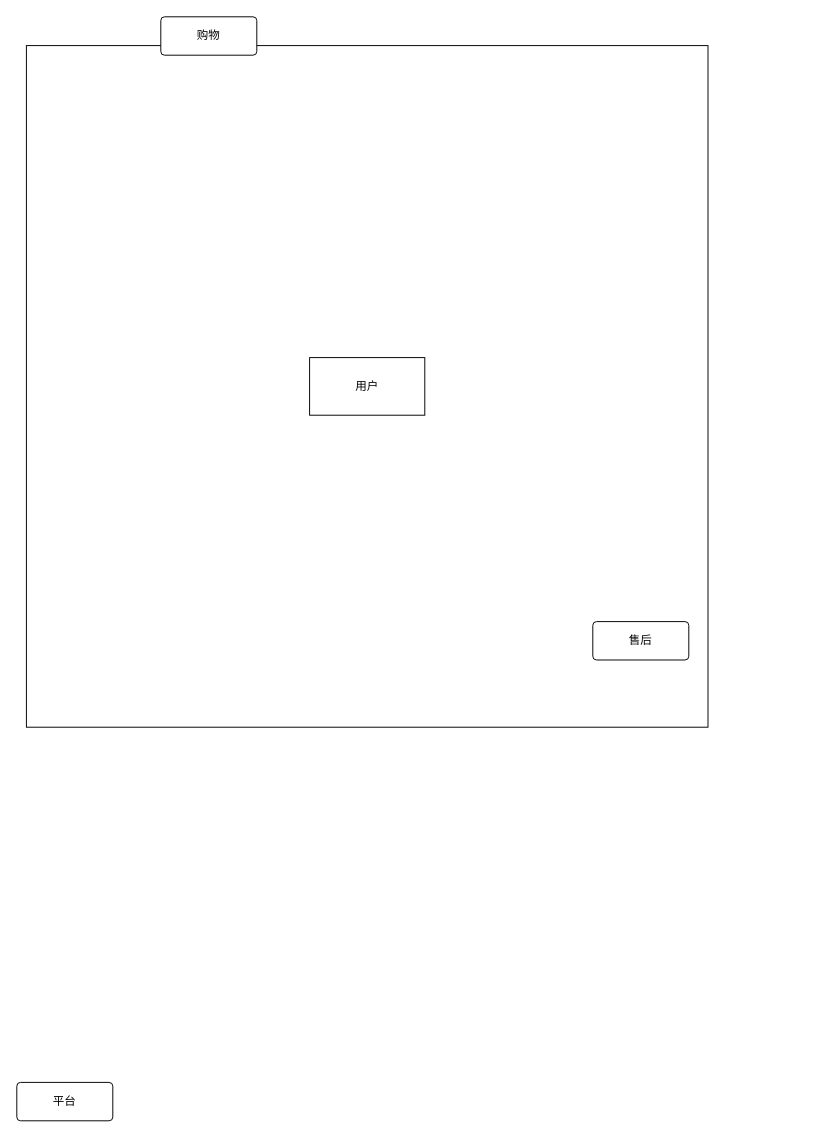
Above: 未命名绘图.drawio in ElainaX/SRTP (draw.io), before the change. Source tidied: cells renumbered, new cells numbered last; positions are measured from the earlier drawing's top-left corner, leaving out a move shared by most shapes. Both pictures are drawn from the tidied source at 96%, with x=0, y=0 at pixel (16, 16).
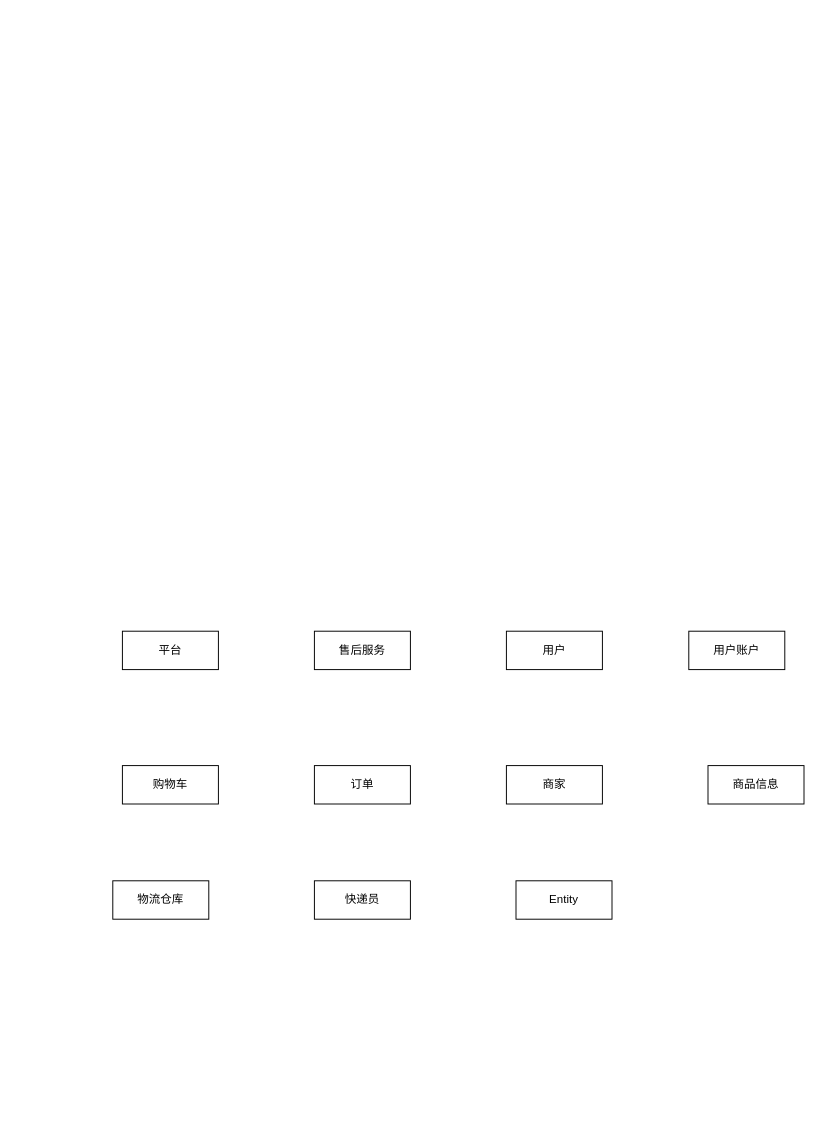
The same page after the edit.

Commit message (it also covers changes not shown here):
更新未命名绘图.drawio

The edit, as a diff of the source:
```diff
@@
 <mxGraphModel>
   <root>
     <mxCell id="0" />
     <mxCell id="1" parent="0" />
-    <mxCell id="2" style="whiteSpace=wrap;html=1;" parent="1" vertex="1">
-      <mxGeometry x="10" y="30" width="710" height="710" as="geometry" />
-    </mxCell>
-    <mxCell id="3" value="购物" style="rounded=1;arcSize=10;whiteSpace=wrap;html=1;align=center;" parent="1" vertex="1">
-      <mxGeometry x="150" width="100" height="40" as="geometry" />
-    </mxCell>
-    <mxCell id="4" value="售后" style="rounded=1;arcSize=10;whiteSpace=wrap;html=1;align=center;" parent="1" vertex="1">
-      <mxGeometry x="600" y="630" width="100" height="40" as="geometry" />
-    </mxCell>
-    <mxCell id="5" value="平台" style="rounded=1;arcSize=10;whiteSpace=wrap;html=1;align=center;" parent="1" vertex="1">
-      <mxGeometry y="1110" width="100" height="40" as="geometry" />
+    <mxCell id="5" value="平台" style="whiteSpace=wrap;html=1;align=center;" parent="1" vertex="1">
+      <mxGeometry x="110" y="640" width="100" height="40" as="geometry" />
     </mxCell>
+    <mxCell id="7" value="售后服务" style="whiteSpace=wrap;html=1;align=center;" parent="1" vertex="1">
+      <mxGeometry x="310" y="640" width="100" height="40" as="geometry" />
+    </mxCell>
-    <mxCell id="6" value="用户" style="rounded=0;whiteSpace=wrap;html=1;" parent="1" vertex="1">
-      <mxGeometry x="305" y="355" width="120" height="60" as="geometry" />
+    <mxCell id="6" value="用户" style="whiteSpace=wrap;html=1;align=center;" parent="1" vertex="1">
+      <mxGeometry x="510" y="640" width="100" height="40" as="geometry" />
     </mxCell>
+    <mxCell id="8" value="用户账户" style="whiteSpace=wrap;html=1;align=center;" parent="1" vertex="1">
+      <mxGeometry x="700" y="640" width="100" height="40" as="geometry" />
+    </mxCell>
+    <mxCell id="9" value="购物车" style="whiteSpace=wrap;html=1;align=center;" parent="1" vertex="1">
+      <mxGeometry x="110" y="780" width="100" height="40" as="geometry" />
+    </mxCell>
+    <mxCell id="10" value="订单" style="whiteSpace=wrap;html=1;align=center;" parent="1" vertex="1">
+      <mxGeometry x="310" y="780" width="100" height="40" as="geometry" />
+    </mxCell>
+    <mxCell id="11" value="商家" style="whiteSpace=wrap;html=1;align=center;" parent="1" vertex="1">
+      <mxGeometry x="510" y="780" width="100" height="40" as="geometry" />
+    </mxCell>
+    <mxCell id="12" value="商品信息" style="whiteSpace=wrap;html=1;align=center;" parent="1" vertex="1">
+      <mxGeometry x="720" y="780" width="100" height="40" as="geometry" />
+    </mxCell>
+    <mxCell id="13" value="物流仓库" style="whiteSpace=wrap;html=1;align=center;" parent="1" vertex="1">
+      <mxGeometry x="100" y="900" width="100" height="40" as="geometry" />
+    </mxCell>
+    <mxCell id="14" value="快递员" style="whiteSpace=wrap;html=1;align=center;" parent="1" vertex="1">
+      <mxGeometry x="310" y="900" width="100" height="40" as="geometry" />
+    </mxCell>
+    <mxCell id="15" value="Entity" style="whiteSpace=wrap;html=1;align=center;" parent="1" vertex="1">
+      <mxGeometry x="520" y="900" width="100" height="40" as="geometry" />
+    </mxCell>
   </root>
 </mxGraphModel>
```
